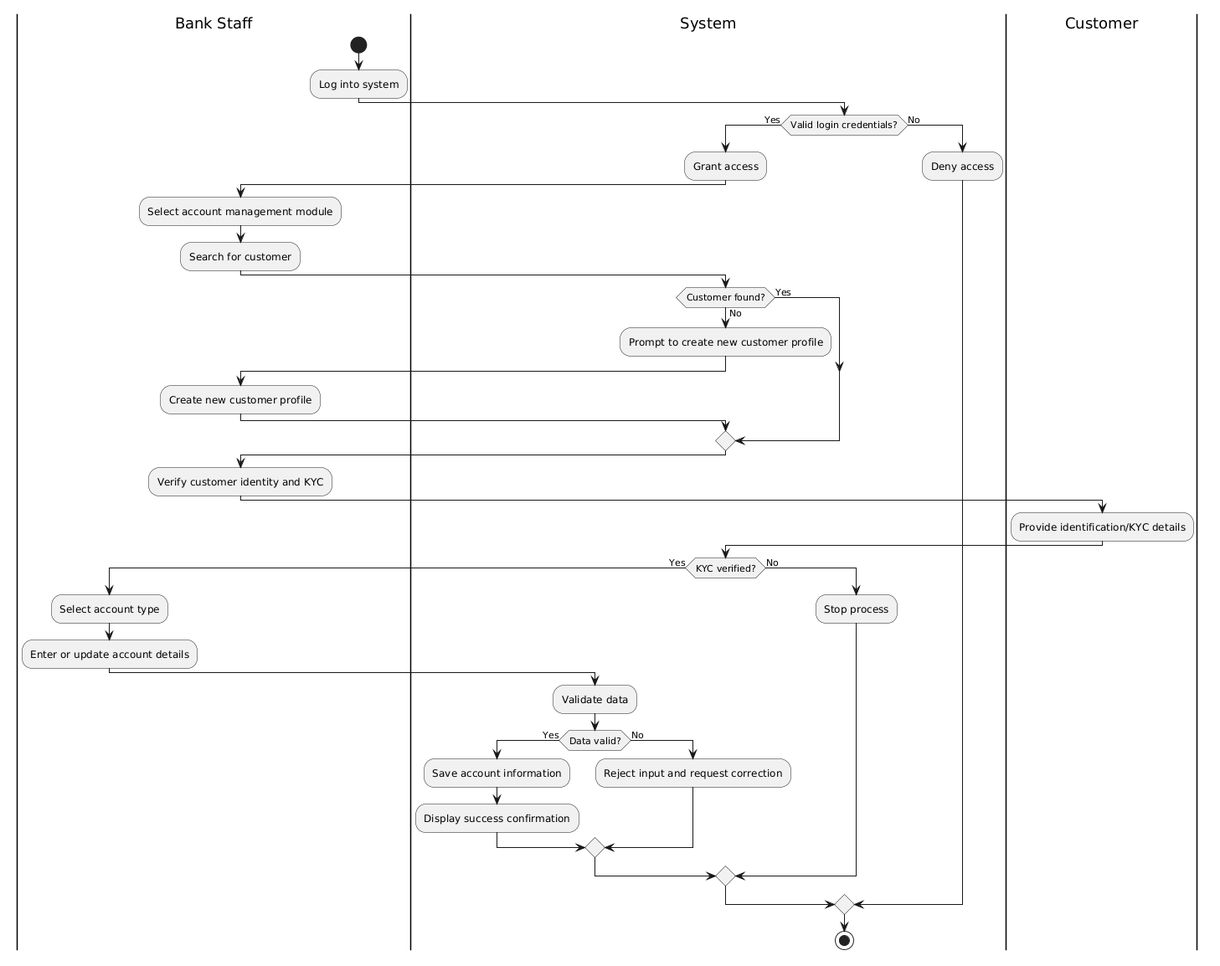
Before: Diagrams/Activity Diagrams/AC_AM5.PNG, a diagram exported from PlantUML (erindkotobelli12/BankManagementSystem).
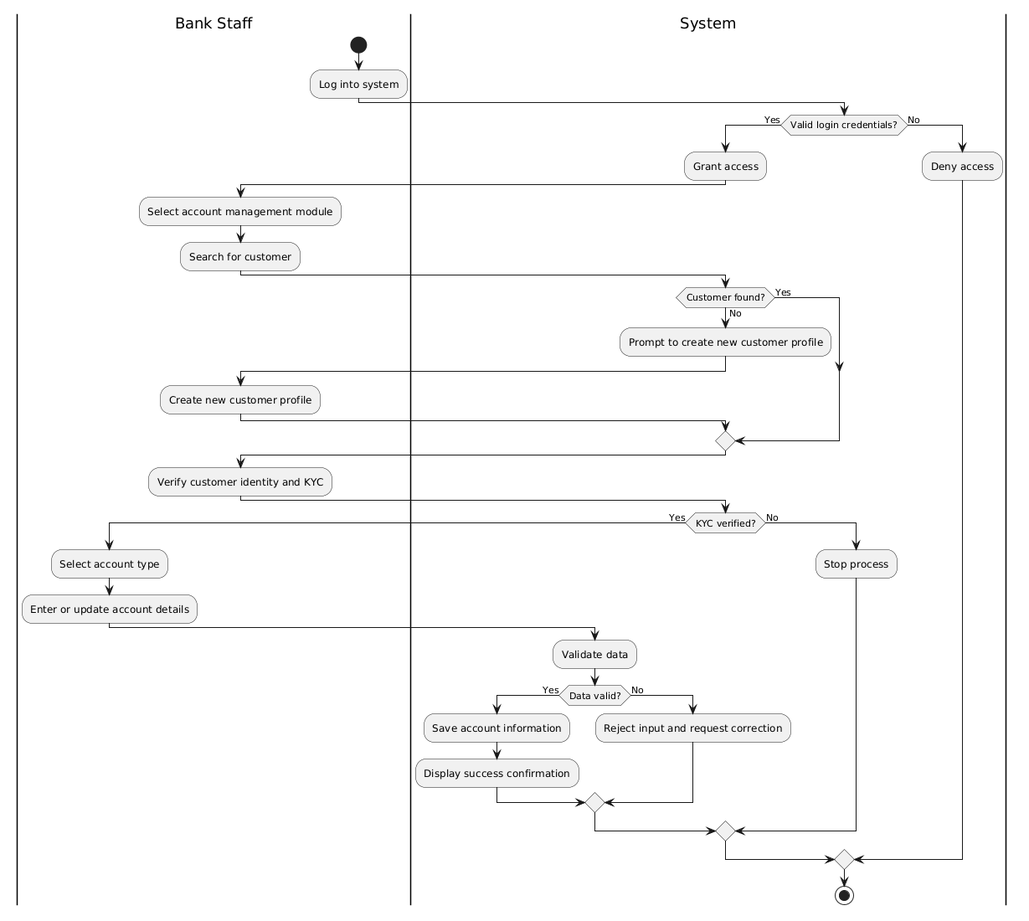
The same file after the commit.

Commit message:
Joel DIagrams correction

Diff of the diagram source:
```diff
@@ -22,9 +22,6 @@
 
   |Bank Staff|
   :Verify customer identity and KYC;
-
-  |Customer|
-  :Provide identification/KYC details;
 
   |System|
   if (KYC verified?) then (Yes)
```
